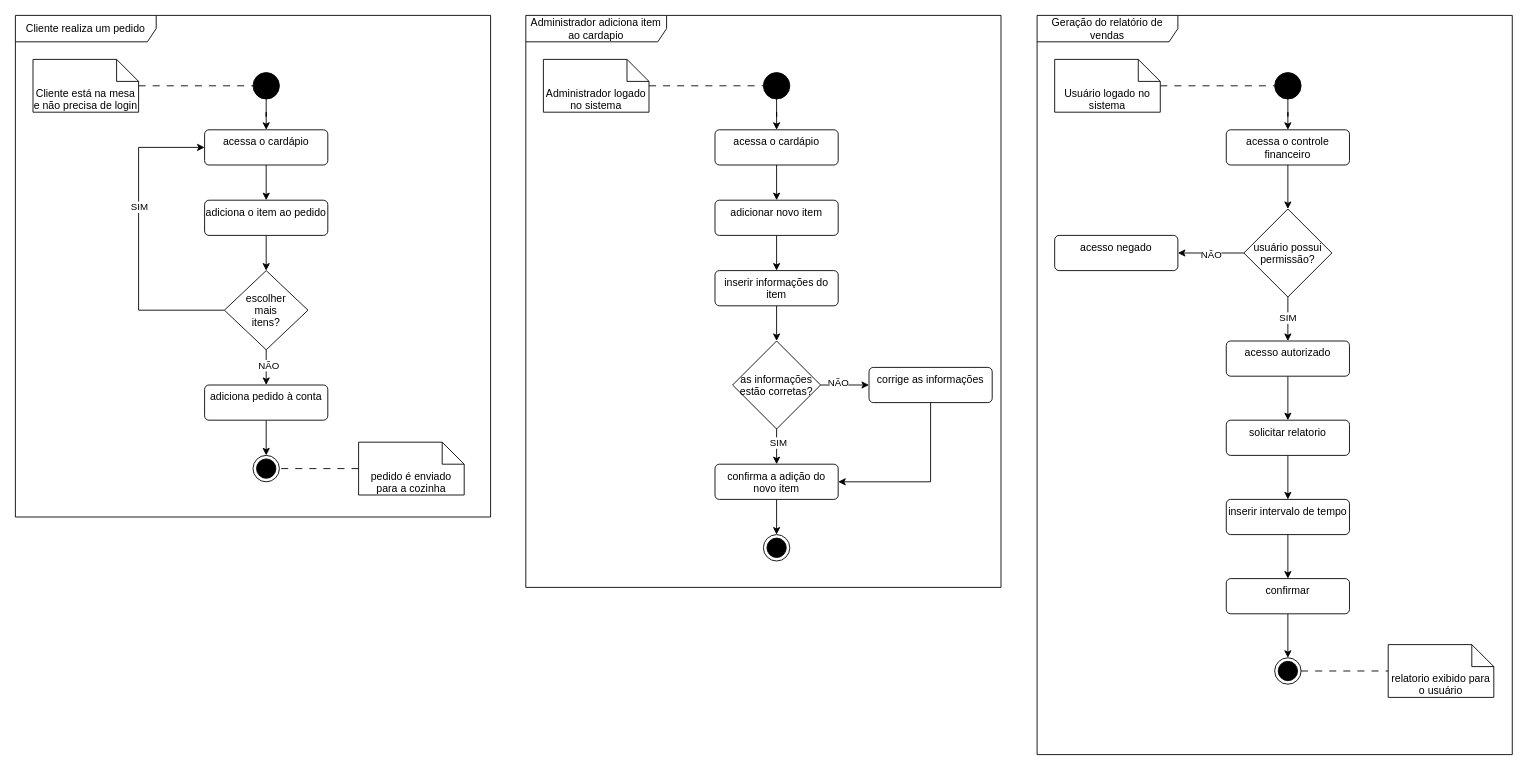
This is Documentação/Diagrama_de_fluxo.drawio from J-Pantaroto/Food-Control, a draw.io file, before an edit. Source tidied: cells renumbered, new cells numbered last; positions are measured from the earlier drawing's top-left corner, leaving out a move shared by most shapes. Both pictures are drawn from the tidied source at 88%, with x=0, y=0 at pixel (15, 15).
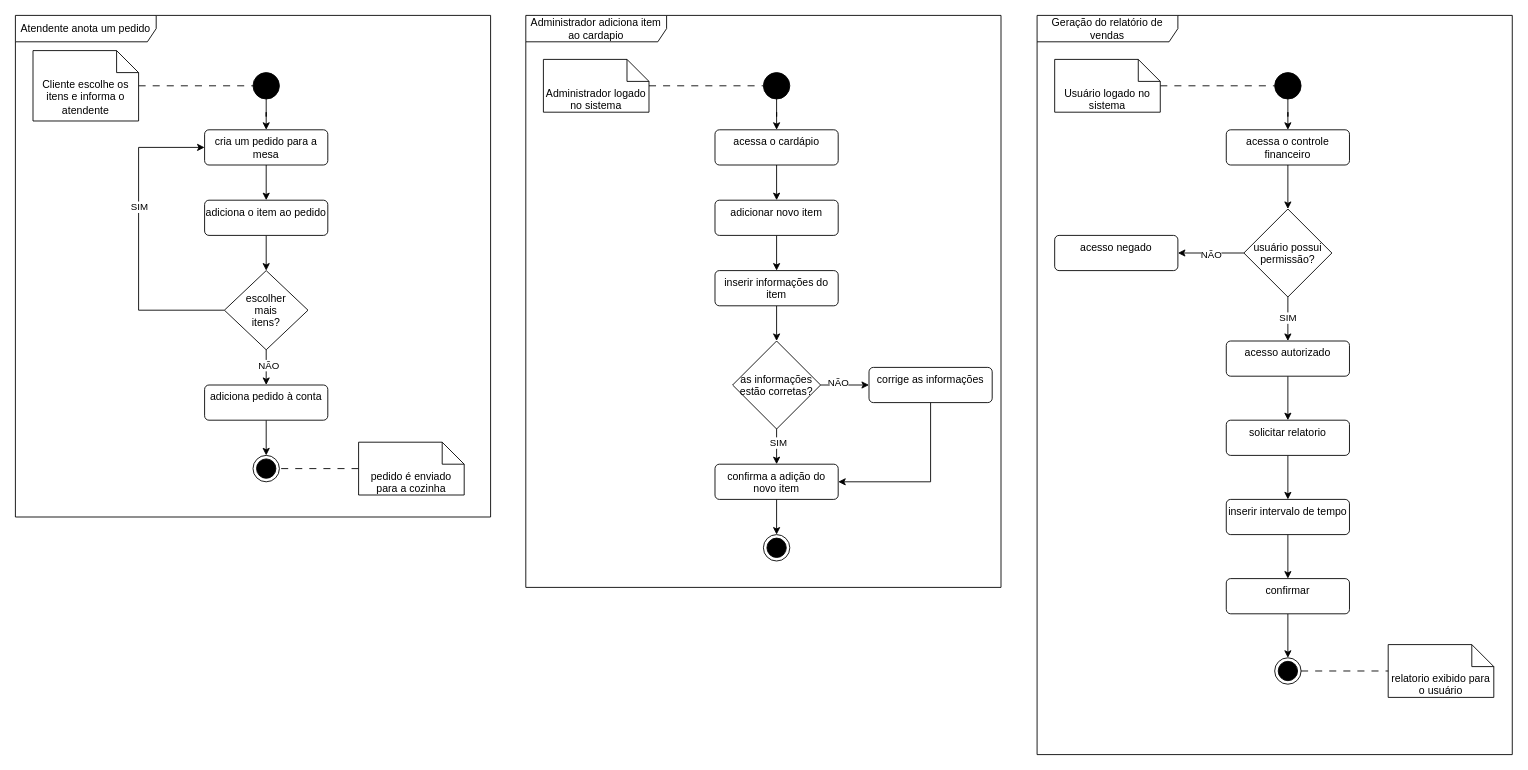
After the change.

The edit, as a diff of the source:
```diff
@@
-    <mxCell id="3" value="Cliente está na mesa e não precisa de login" style="shape=note2;boundedLbl=1;whiteSpace=wrap;html=1;size=25;verticalAlign=top;align=center;" parent="1" vertex="1">
-      <mxGeometry x="20" y="50" width="120" height="60" as="geometry" />
-    </mxCell>
@@
-    <mxCell id="7" value="acessa o cardápio" style="html=1;align=center;verticalAlign=top;rounded=1;absoluteArcSize=1;arcSize=10;dashed=0;whiteSpace=wrap;" parent="1" vertex="1">
+    <mxCell id="7" value="cria um pedido para a mesa" style="html=1;align=center;verticalAlign=top;rounded=1;absoluteArcSize=1;arcSize=10;dashed=0;whiteSpace=wrap;" parent="1" vertex="1">
       <mxGeometry x="215" y="130" width="140" height="40" as="geometry" />
     </mxCell>
@@
-    <mxCell id="20" value="Cliente realiza um pedido" style="shape=umlFrame;whiteSpace=wrap;html=1;width=160;" parent="1" vertex="1">
+    <mxCell id="20" value="Atendente anota um pedido" style="shape=umlFrame;whiteSpace=wrap;html=1;width=160;" parent="1" vertex="1">
       <mxGeometry width="540" height="570" as="geometry" />
     </mxCell>
+    <mxCell id="3" value="Cliente escolhe os itens e informa o atendente" style="shape=note2;boundedLbl=1;whiteSpace=wrap;html=1;size=25;verticalAlign=top;align=center;" parent="20" vertex="1">
+      <mxGeometry x="20" y="40" width="120" height="80" as="geometry" />
+    </mxCell>
```
